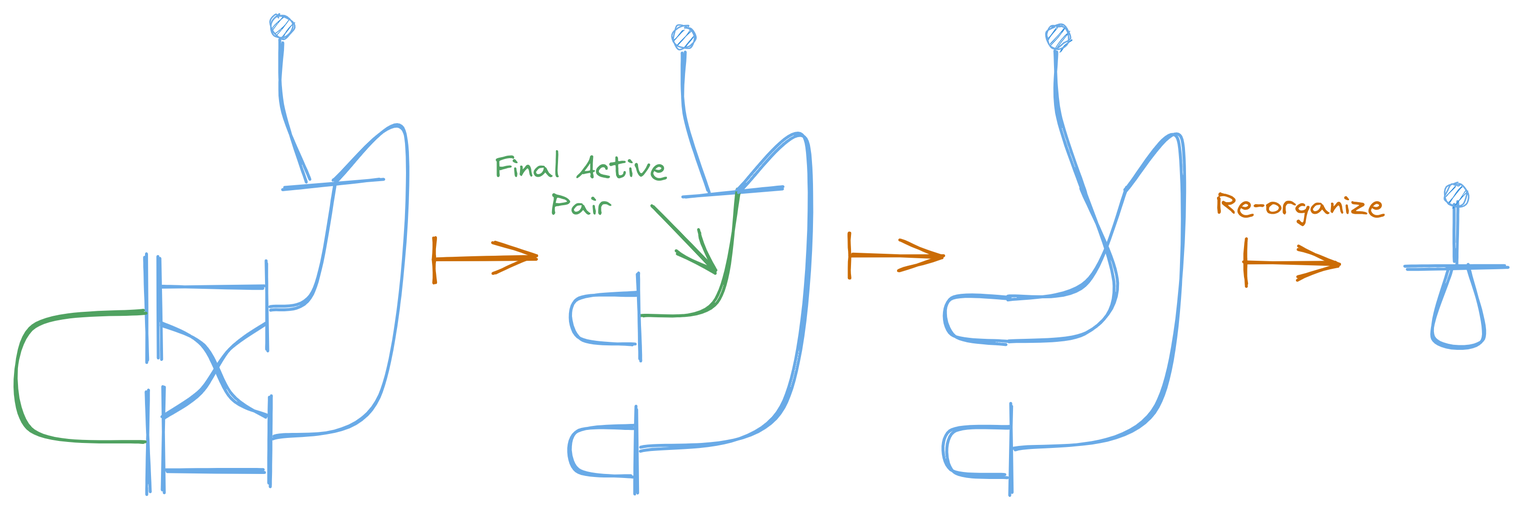
The Excalidraw diagram content/interaction-nets-combinators-calculus/reduction-example3.excalidraw.png in zicklag/blog, before a commit. Source tidied: one line per element, renumbered; positions are measured from the earlier drawing's top-left corner, leaving out a move shared by most shapes.
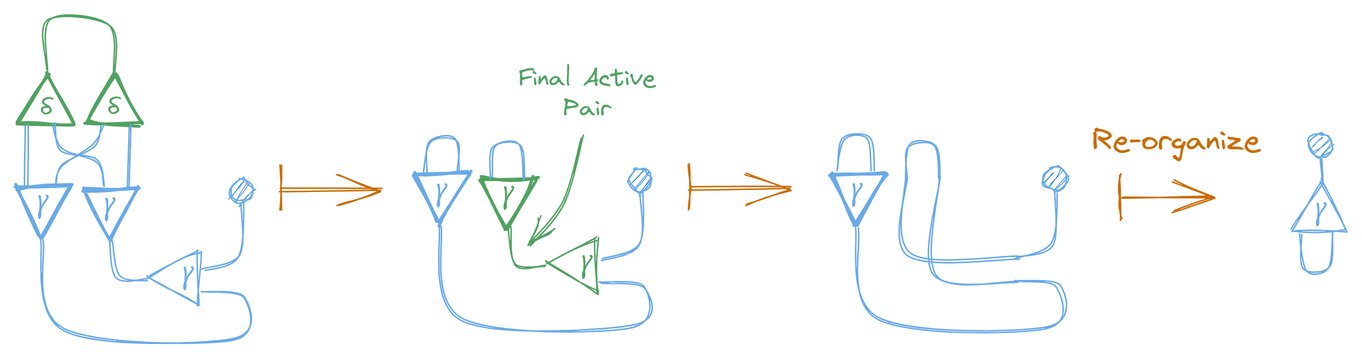
The same file after the commit.

What changed in the source:
```diff
@@ -1,43 +1,51 @@
-{"id": 0, "type": "line", "strokeColor": "#1864ab", "angle": 5.7, "strokeWidth": 2, "roughness": 1, "round": true, "x": 449, "y": 103, "width": 58, "height": 31, "points": [[0, 0], [58, 31]]}
-{"id": 1, "type": "line", "strokeColor": "#2b8a3e", "angle": 5.71, "strokeWidth": 2, "roughness": 1, "round": true, "x": 405, "y": 176, "width": 98, "height": 53, "points": [[0, 0], [45, 18], [98, -35]]}
-{"id": 2, "type": "line", "strokeColor": "#1864ab", "angle": 5.71, "backgroundColor": "#228be6", "fillStyle": "cross-hatch", "strokeWidth": 2, "roughness": 1, "round": true, "x": 376, "y": 241, "width": 203, "height": 138, "points": [[0, 0], [95, 28], [203, -110], [147, -109]]}
-{"id": 3, "type": "ellipse", "strokeColor": "#1864ab", "backgroundColor": "#228be6", "fillStyle": "hachure", "strokeWidth": 1, "roughness": 1, "round": true, "x": 437, "y": 7, "width": 15, "height": 15}
-{"id": 4, "type": "line", "strokeColor": "#1864ab", "backgroundColor": "#228be6", "fillStyle": "cross-hatch", "strokeWidth": 2, "roughness": 1, "round": true, "x": 444, "y": 24, "width": 18, "height": 93, "points": [[0, 0], [1, 42], [18, 93]]}
-{"id": 5, "type": "line", "strokeColor": "#1864ab", "strokeWidth": 2, "roughness": 1, "round": true, "x": 411, "y": 219, "width": 39, "height": 33, "points": [[0, 0], [-36, -4], [-37, -29], [3, -33]]}
-{"id": 6, "type": "line", "strokeColor": "#1864ab", "strokeWidth": 2, "roughness": 1, "round": true, "x": 410, "y": 307, "width": 39, "height": 33, "points": [[0, 0], [-36, -4], [-37, -29], [3, -33]]}
-{"id": 7, "type": "line", "strokeColor": "#1864ab", "angle": 8.11, "strokeWidth": 2, "roughness": 1, "round": true, "x": 387, "y": 209, "width": 57, "height": 15, "points": [[0, 0], [57, -15]]}
-{"id": 8, "type": "line", "strokeColor": "#1864ab", "angle": 8.11, "strokeWidth": 2, "roughness": 1, "round": true, "x": 385, "y": 298, "width": 57, "height": 15, "points": [[0, 0], [57, -15]]}
+{"id": 43, "type": "ellipse", "strokeColor": "#1864ab", "backgroundColor": "#228be6", "fillStyle": "hachure", "strokeWidth": 1, "roughness": 1, "round": true, "x": 214, "y": 514, "width": 15, "height": 15}
+{"id": 44, "type": "arrow", "strokeColor": "#1864ab", "backgroundColor": "#ced4da", "fillStyle": "solid", "strokeWidth": 1, "roughness": 1, "round": true, "from": 43, "to": 46, "x": 222, "y": 530, "width": 26, "height": 44, "points": [[0, 0], [-2, 34], [-26, 44]]}
+{"id": 45, "type": "line", "strokeColor": "#1864ab", "angle": 4.71, "strokeWidth": 1, "roughness": 1, "x": 178, "y": 562, "width": 37, "height": 33, "points": [[0, 0], [-19, 33], [17, 33], [0, 0]]}
+{"id": 46, "type": "text", "text": "γ", "strokeColor": "#1864ab", "backgroundColor": "#ced4da", "fillStyle": "solid", "strokeWidth": 1, "roughness": 1, "fontSize": 16, "fontFamily": 1, "textAlign": "center", "x": 183, "y": 564, "width": 7, "height": 20}
+{"id": 47, "type": "arrow", "strokeColor": "#1864ab", "backgroundColor": "#ced4da", "fillStyle": "solid", "strokeWidth": 1, "roughness": 1, "round": true, "from": 57, "x": 134, "y": 554, "width": 25, "height": 26, "points": [[0, 0], [5, 25], [25, 26]]}
+{"id": 48, "type": "arrow", "strokeColor": "#1864ab", "backgroundColor": "#ced4da", "fillStyle": "solid", "strokeWidth": 1, "roughness": 1, "round": true, "from": 55, "to": 46, "x": 89, "y": 552, "width": 135, "height": 68, "points": [[0, 0], [14, 62], [126, 68], [135, 40], [107, 37]]}
+{"id": 49, "type": "arrow", "strokeColor": "#2b8a3e", "angle": 4.71, "backgroundColor": "#ced4da", "fillStyle": "solid", "strokeWidth": 1, "roughness": 1, "round": true, "from": 51, "to": 53, "x": 95, "y": 401, "width": 34, "height": 45, "points": [[0, 0], [34, 3], [32, 42], [0, 45]]}
+{"id": 50, "type": "line", "strokeColor": "#2b8a3e", "angle": 6.29, "strokeWidth": 2, "roughness": 1, "x": 93, "y": 443, "width": 37, "height": 33, "points": [[0, 0], [-19, 33], [17, 33], [0, 0]]}
+{"id": 51, "type": "text", "text": "δ", "strokeColor": "#2b8a3e", "backgroundColor": "#ced4da", "fillStyle": "solid", "strokeWidth": 2, "roughness": 1, "fontSize": 16, "fontFamily": 1, "textAlign": "center", "x": 87, "y": 455, "width": 9, "height": 20}
+{"id": 52, "type": "line", "strokeColor": "#2b8a3e", "angle": 6.29, "strokeWidth": 2, "roughness": 1, "x": 137, "y": 443, "width": 37, "height": 33, "points": [[0, 0], [-19, 33], [17, 33], [0, 0]]}
+{"id": 53, "type": "text", "text": "δ", "strokeColor": "#2b8a3e", "backgroundColor": "#ced4da", "fillStyle": "solid", "strokeWidth": 2, "roughness": 1, "fontSize": 16, "fontFamily": 1, "textAlign": "center", "x": 132, "y": 455, "width": 9, "height": 20}
+{"id": 54, "type": "line", "strokeColor": "#1864ab", "angle": 3.14, "strokeWidth": 2, "roughness": 1, "x": 92, "y": 518, "width": 37, "height": 33, "points": [[0, 0], [-19, 33], [17, 33], [0, 0]]}
+{"id": 55, "type": "text", "text": "γ", "strokeColor": "#1864ab", "backgroundColor": "#ced4da", "fillStyle": "solid", "strokeWidth": 2, "roughness": 1, "fontSize": 16, "fontFamily": 1, "textAlign": "center", "x": 86, "y": 516, "width": 7, "height": 20}
+{"id": 56, "type": "line", "strokeColor": "#1864ab", "angle": 3.14, "strokeWidth": 2, "roughness": 1, "x": 136, "y": 520, "width": 37, "height": 33, "points": [[0, 0], [-19, 33], [17, 33], [0, 0]]}
+{"id": 57, "type": "text", "text": "γ", "strokeColor": "#1864ab", "backgroundColor": "#ced4da", "fillStyle": "solid", "strokeWidth": 2, "roughness": 1, "fontSize": 16, "fontFamily": 1, "textAlign": "center", "x": 131, "y": 518, "width": 7, "height": 20}
+{"id": 58, "type": "arrow", "strokeColor": "#1864ab", "strokeWidth": 1, "roughness": 1, "round": true, "from": 51, "to": 55, "x": 78, "y": 477, "width": 0, "height": 41, "points": [[0, 0], [0, 41]]}
+{"id": 59, "type": "arrow", "strokeColor": "#1864ab", "strokeWidth": 1, "roughness": 1, "round": true, "from": 53, "to": 57, "x": 147, "y": 478, "width": 0, "height": 41, "points": [[0, 0], [0, 41]]}
+{"id": 60, "type": "arrow", "strokeColor": "#1864ab", "strokeWidth": 1, "roughness": 1, "round": true, "from": 51, "to": 57, "x": 97, "y": 477, "width": 33, "height": 41, "points": [[0, 0], [5, 16], [27, 25], [33, 41]]}
+{"id": 61, "type": "arrow", "strokeColor": "#1864ab", "strokeWidth": 1, "roughness": 1, "round": true, "from": 53, "to": 55, "x": 129, "y": 478, "width": 30, "height": 40, "points": [[0, 0], [-5, 13], [-27, 26], [-30, 40]]}
+{"id": 62, "type": "arrow", "strokeColor": "#e67700", "strokeWidth": 1, "roughness": 1, "startArrowhead": "bar", "endArrowhead": "arrow", "round": true, "x": 248, "y": 520, "width": 68, "height": 0, "points": [[0, 0], [68, 0]]}
+{"id": 63, "type": "ellipse", "strokeColor": "#1864ab", "backgroundColor": "#228be6", "fillStyle": "hachure", "strokeWidth": 1, "roughness": 1, "round": true, "x": 480, "y": 506, "width": 15, "height": 15}
+{"id": 64, "type": "arrow", "strokeColor": "#1864ab", "backgroundColor": "#ced4da", "fillStyle": "solid", "strokeWidth": 1, "roughness": 1, "round": true, "from": 63, "to": 66, "x": 488, "y": 523, "width": 26, "height": 44, "points": [[0, 0], [-2, 34], [-26, 44]]}
+{"id": 65, "type": "line", "strokeColor": "#2b8a3e", "angle": 4.71, "strokeWidth": 1, "roughness": 1, "x": 444, "y": 555, "width": 37, "height": 33, "points": [[0, 0], [-19, 33], [17, 33], [0, 0]]}
+{"id": 66, "type": "text", "text": "γ", "strokeColor": "#2b8a3e", "backgroundColor": "#ced4da", "fillStyle": "solid", "strokeWidth": 1, "roughness": 1, "fontSize": 16, "fontFamily": 1, "textAlign": "center", "x": 449, "y": 557, "width": 7, "height": 20}
+{"id": 67, "type": "arrow", "strokeColor": "#2b8a3e", "backgroundColor": "#ced4da", "fillStyle": "solid", "strokeWidth": 1, "roughness": 1, "round": true, "from": 72, "x": 400, "y": 546, "width": 25, "height": 26, "points": [[0, 0], [5, 25], [25, 26]]}
+{"id": 68, "type": "arrow", "strokeColor": "#1864ab", "backgroundColor": "#ced4da", "fillStyle": "solid", "strokeWidth": 1, "roughness": 1, "round": true, "from": 70, "to": 66, "x": 354, "y": 545, "width": 135, "height": 68, "points": [[0, 0], [14, 62], [126, 68], [135, 40], [107, 37]]}
+{"id": 69, "type": "line", "strokeColor": "#1864ab", "angle": 3.14, "strokeWidth": 2, "roughness": 1, "x": 357, "y": 510, "width": 37, "height": 33, "points": [[0, 0], [-19, 33], [17, 33], [0, 0]]}
+{"id": 70, "type": "text", "text": "γ", "strokeColor": "#1864ab", "backgroundColor": "#ced4da", "fillStyle": "solid", "strokeWidth": 2, "roughness": 1, "fontSize": 16, "fontFamily": 1, "textAlign": "center", "x": 352, "y": 509, "width": 7, "height": 20}
+{"id": 71, "type": "line", "strokeColor": "#2b8a3e", "angle": 3.14, "strokeWidth": 2, "roughness": 1, "x": 402, "y": 512, "width": 37, "height": 33, "points": [[0, 0], [-19, 33], [17, 33], [0, 0]]}
+{"id": 72, "type": "text", "text": "γ", "strokeColor": "#2b8a3e", "backgroundColor": "#ced4da", "fillStyle": "solid", "strokeWidth": 2, "roughness": 1, "fontSize": 16, "fontFamily": 1, "textAlign": "center", "x": 396, "y": 511, "width": 7, "height": 20}
+{"id": 73, "type": "line", "strokeColor": "#1864ab", "angle": 1.57, "strokeWidth": 1, "roughness": 1, "round": true, "x": 367, "y": 507, "width": 22, "height": 22, "points": [[0, 0], [-21, -3], [-21, -20], [0, -22]]}
+{"id": 74, "type": "line", "strokeColor": "#1864ab", "angle": 1.57, "strokeWidth": 1, "roughness": 1, "round": true, "x": 410, "y": 513, "width": 22, "height": 22, "points": [[0, 0], [-21, -3], [-21, -20], [0, -22]]}
-{"id": 9, "type": "text", "text": "Final Active\nPair", "strokeColor": "#2b8a3e", "strokeWidth": 2, "roughness": 1, "fontSize": 20, "fontFamily": 1, "textAlign": "center", "x": 319, "y": 89, "width": 114, "height": 50}
+{"id": 9, "type": "text", "text": "Final Active\nPair", "strokeColor": "#2b8a3e", "strokeWidth": 2, "roughness": 1, "fontSize": 16, "fontFamily": 1, "textAlign": "center", "x": 406, "y": 435, "width": 91, "height": 40}
-{"id": 10, "type": "arrow", "strokeColor": "#2b8a3e", "strokeWidth": 2, "roughness": 1, "endArrowhead": "arrow", "round": true, "x": 423, "y": 127, "width": 42, "height": 45, "points": [[0, 0], [42, 45]]}
-{"id": 11, "type": "arrow", "strokeColor": "#e67700", "strokeWidth": 2, "roughness": 1, "startArrowhead": "bar", "endArrowhead": "arrow", "round": true, "x": 556, "y": 161, "width": 62, "height": 0, "points": [[0, 0], [62, 0]]}
-{"id": 12, "type": "line", "strokeColor": "#1864ab", "angle": 5.71, "strokeWidth": 2, "roughness": 1, "round": true, "x": 653, "y": 159, "width": 105, "height": 39, "points": [[0, 0], [48, 21], [105, -18]]}
-{"id": 13, "type": "line", "strokeColor": "#1864ab", "angle": 5.71, "backgroundColor": "#228be6", "fillStyle": "cross-hatch", "strokeWidth": 2, "roughness": 1, "round": true, "x": 624, "y": 240, "width": 204, "height": 138, "points": [[0, 0], [96, 28], [204, -110], [157, -105]]}
-{"id": 14, "type": "ellipse", "strokeColor": "#1864ab", "backgroundColor": "#228be6", "fillStyle": "hachure", "strokeWidth": 1, "roughness": 1, "round": true, "x": 686, "y": 7, "width": 15, "height": 15}
-{"id": 15, "type": "line", "strokeColor": "#1864ab", "backgroundColor": "#228be6", "fillStyle": "cross-hatch", "strokeWidth": 2, "roughness": 1, "round": true, "x": 693, "y": 24, "width": 18, "height": 93, "points": [[0, 0], [1, 42], [18, 93]]}
-{"id": 16, "type": "line", "strokeColor": "#1864ab", "strokeWidth": 2, "roughness": 1, "round": true, "x": 660, "y": 218, "width": 40, "height": 30, "points": [[0, 0], [-36, -4], [-37, -29], [3, -30]]}
-{"id": 17, "type": "line", "strokeColor": "#1864ab", "strokeWidth": 2, "roughness": 1, "round": true, "x": 660, "y": 307, "width": 39, "height": 33, "points": [[0, 0], [-36, -4], [-37, -29], [3, -33]]}
-{"id": 18, "type": "line", "strokeColor": "#1864ab", "angle": 8.11, "strokeWidth": 2, "roughness": 1, "round": true, "x": 634, "y": 297, "width": 57, "height": 15, "points": [[0, 0], [57, -15]]}
-{"id": 19, "type": "line", "strokeColor": "#1864ab", "strokeWidth": 2, "roughness": 1, "round": true, "x": 711, "y": 115, "width": 71, "height": 104, "points": [[0, 0], [22, 65], [3, 98], [-50, 104]]}
-{"id": 20, "type": "arrow", "strokeColor": "#e67700", "strokeWidth": 2, "roughness": 1, "startArrowhead": "bar", "endArrowhead": "arrow", "round": true, "x": 819, "y": 164, "width": 61, "height": 0, "points": [[0, 0], [61, 0]]}
+{"id": 75, "type": "arrow", "strokeColor": "#2b8a3e", "strokeWidth": 1, "roughness": 1, "endArrowhead": "arrow", "round": true, "from": 9, "x": 450, "y": 485, "width": 36, "height": 72, "points": [[0, 0], [-13, 43], [-36, 72]]}
+{"id": 76, "type": "arrow", "strokeColor": "#e67700", "strokeWidth": 1, "roughness": 1, "startArrowhead": "bar", "endArrowhead": "arrow", "round": true, "x": 520, "y": 519, "width": 68, "height": 0, "points": [[0, 0], [68, 0]]}
+{"id": 77, "type": "ellipse", "strokeColor": "#1864ab", "backgroundColor": "#228be6", "fillStyle": "hachure", "strokeWidth": 1, "roughness": 1, "round": true, "x": 757, "y": 506, "width": 15, "height": 15}
+{"id": 78, "type": "arrow", "strokeColor": "#1864ab", "backgroundColor": "#ced4da", "fillStyle": "solid", "strokeWidth": 1, "roughness": 1, "round": true, "from": 77, "x": 765, "y": 522, "width": 26, "height": 44, "points": [[0, 0], [-2, 34], [-26, 44]]}
+{"id": 79, "type": "arrow", "strokeColor": "#1864ab", "backgroundColor": "#ced4da", "fillStyle": "solid", "strokeWidth": 1, "roughness": 1, "round": true, "from": 81, "x": 631, "y": 544, "width": 135, "height": 68, "points": [[0, 0], [14, 62], [126, 68], [135, 40], [107, 37]]}
+{"id": 80, "type": "line", "strokeColor": "#1864ab", "angle": 3.14, "strokeWidth": 2, "roughness": 1, "x": 634, "y": 510, "width": 37, "height": 33, "points": [[0, 0], [-19, 33], [17, 33], [0, 0]]}
+{"id": 81, "type": "text", "text": "γ", "strokeColor": "#1864ab", "backgroundColor": "#ced4da", "fillStyle": "solid", "strokeWidth": 2, "roughness": 1, "fontSize": 16, "fontFamily": 1, "textAlign": "center", "x": 629, "y": 508, "width": 7, "height": 20}
+{"id": 82, "type": "line", "strokeColor": "#1864ab", "angle": 1.57, "strokeWidth": 1, "roughness": 1, "round": true, "x": 643, "y": 507, "width": 22, "height": 22, "points": [[0, 0], [-21, -3], [-21, -20], [0, -22]]}
+{"id": 83, "type": "line", "strokeColor": "#1864ab", "angle": 1.57, "strokeWidth": 1, "roughness": 1, "round": true, "x": 687, "y": 512, "width": 22, "height": 22, "points": [[0, 0], [-21, -3], [-21, -20], [0, -22]]}
+{"id": 84, "type": "arrow", "strokeColor": "#1864ab", "strokeWidth": 1, "roughness": 1, "round": true, "x": 738, "y": 582, "width": 55, "height": 69, "points": [[0, 0], [-55, -4], [-51, -69]]}
+{"id": 85, "type": "arrow", "strokeColor": "#1864ab", "strokeWidth": 1, "roughness": 1, "round": true, "x": 665, "y": 512, "width": 76, "height": 54, "points": [[0, 0], [2, 52], [76, 54]]}
+{"id": 86, "type": "arrow", "strokeColor": "#e67700", "strokeWidth": 1, "roughness": 1, "startArrowhead": "bar", "endArrowhead": "arrow", "round": true, "x": 808, "y": 526, "width": 61, "height": 0, "points": [[0, 0], [61, 0]]}
-{"id": 21, "type": "text", "text": "Re-organize", "strokeColor": "#e67700", "strokeWidth": 2, "roughness": 1, "fontSize": 20, "fontFamily": 1, "textAlign": "center", "x": 800, "y": 113, "width": 112, "height": 25}
+{"id": 21, "type": "text", "text": "Re-organize", "strokeColor": "#e67700", "strokeWidth": 1, "roughness": 1, "fontSize": 20, "fontFamily": 1, "textAlign": "center", "x": 789, "y": 474, "width": 112, "height": 25}
-{"id": 22, "type": "line", "strokeColor": "#1864ab", "angle": 6.27, "strokeWidth": 2, "roughness": 1, "round": true, "x": 926, "y": 168, "width": 66, "height": 0, "points": [[0, 0], [66, 0]]}
-{"id": 23, "type": "line", "strokeColor": "#1864ab", "angle": 6.27, "strokeWidth": 2, "roughness": 1, "round": true, "x": 959, "y": 165, "width": 0, "height": 39, "points": [[0, 0], [0, -39]]}
-{"id": 24, "type": "line", "strokeColor": "#1864ab", "angle": 6.27, "strokeWidth": 2, "roughness": 1, "round": true, "x": 956, "y": 168, "width": 34, "height": 49, "points": [[0, 0], [-12, 46], [22, 48], [11, -1]]}
-{"id": 25, "type": "ellipse", "strokeColor": "#1864ab", "backgroundColor": "#228be6", "fillStyle": "hachure", "strokeWidth": 1, "roughness": 1, "round": true, "x": 952, "y": 112, "width": 15, "height": 15}
-{"id": 26, "type": "line", "strokeColor": "#1864ab", "angle": 4.7, "strokeWidth": 2, "roughness": 1, "round": true, "x": 52, "y": 195, "width": 69, "height": 0, "points": [[0, 0], [69, 0]]}
-{"id": 27, "type": "line", "strokeColor": "#1864ab", "angle": 4.7, "strokeWidth": 2, "roughness": 1, "round": true, "x": 61, "y": 195, "width": 69, "height": 0, "points": [[0, 0], [69, 0]]}
-{"id": 28, "type": "line", "strokeColor": "#1864ab", "angle": 4.7, "strokeWidth": 2, "roughness": 1, "round": true, "x": 53, "y": 284, "width": 69, "height": 0, "points": [[0, 0], [69, 0]]}
-{"id": 29, "type": "line", "strokeColor": "#1864ab", "angle": 4.7, "strokeWidth": 2, "roughness": 1, "round": true, "x": 63, "y": 284, "width": 69, "height": 0, "points": [[0, 0], [69, 0]]}
-{"id": 30, "type": "line", "strokeColor": "#1864ab", "angle": 5.7, "strokeWidth": 2, "roughness": 1, "round": true, "x": 181, "y": 96, "width": 58, "height": 31, "points": [[0, 0], [58, 31]]}
-{"id": 31, "type": "line", "strokeColor": "#1864ab", "angle": 5.71, "backgroundColor": "#228be6", "fillStyle": "cross-hatch", "strokeWidth": 2, "roughness": 1, "round": true, "x": 151, "y": 176, "width": 83, "height": 53, "points": [[0, 0], [30, 7], [83, -47]]}
-{"id": 32, "type": "line", "strokeColor": "#1864ab", "angle": 5.71, "backgroundColor": "#228be6", "fillStyle": "cross-hatch", "strokeWidth": 2, "roughness": 1, "round": true, "x": 126, "y": 241, "width": 183, "height": 138, "points": [[0, 0], [75, 15], [183, -122], [128, -121]]}
-{"id": 33, "type": "ellipse", "strokeColor": "#1864ab", "backgroundColor": "#228be6", "fillStyle": "hachure", "strokeWidth": 1, "roughness": 1, "round": true, "x": 169, "y": 0, "width": 15, "height": 15}
-{"id": 34, "type": "line", "strokeColor": "#1864ab", "backgroundColor": "#228be6", "fillStyle": "cross-hatch", "strokeWidth": 2, "roughness": 1, "round": true, "x": 176, "y": 17, "width": 18, "height": 93, "points": [[0, 0], [1, 42], [18, 93]]}
-{"id": 35, "type": "line", "strokeColor": "#1864ab", "angle": 8.11, "strokeWidth": 2, "roughness": 1, "round": true, "x": 139, "y": 201, "width": 57, "height": 15, "points": [[0, 0], [57, -15]]}
-{"id": 36, "type": "line", "strokeColor": "#1864ab", "angle": 8.11, "strokeWidth": 2, "roughness": 1, "round": true, "x": 140, "y": 292, "width": 57, "height": 15, "points": [[0, 0], [57, -15]]}
-{"id": 37, "type": "line", "strokeColor": "#2b8a3e", "angle": 8.11, "strokeWidth": 2, "roughness": 1, "round": true, "x": 0, "y": 212, "width": 94, "height": 92, "points": [[0, 0], [29, 70], [94, 55], [82, -22]]}
-{"id": 38, "type": "line", "strokeColor": "#1864ab", "strokeWidth": 2, "roughness": 1, "round": true, "x": 96, "y": 180, "width": 69, "height": 0, "points": [[0, 0], [69, 0]]}
-{"id": 39, "type": "line", "strokeColor": "#1864ab", "strokeWidth": 2, "roughness": 1, "round": true, "x": 99, "y": 304, "width": 66, "height": 0, "points": [[0, 0], [66, 0]]}
-{"id": 40, "type": "line", "strokeColor": "#1864ab", "strokeWidth": 2, "roughness": 1, "round": true, "x": 98, "y": 268, "width": 67, "height": 62, "points": [[0, 0], [24, -18], [43, -45], [67, -62]]}
-{"id": 41, "type": "line", "strokeColor": "#1864ab", "angle": 1.31, "strokeWidth": 2, "roughness": 1, "round": true, "x": 94, "y": 263, "width": 78, "height": 52, "points": [[0, 0], [20, -24], [58, -33], [78, -52]]}
-{"id": 42, "type": "arrow", "strokeColor": "#e67700", "strokeWidth": 2, "roughness": 1, "startArrowhead": "bar", "endArrowhead": "arrow", "round": true, "x": 278, "y": 162, "width": 68, "height": 0, "points": [[0, 0], [68, 0]]}
+{"id": 87, "type": "ellipse", "strokeColor": "#1864ab", "backgroundColor": "#228be6", "fillStyle": "hachure", "strokeWidth": 1, "roughness": 1, "round": true, "x": 933, "y": 483, "width": 15, "height": 15}
+{"id": 88, "type": "line", "strokeColor": "#1864ab", "angle": 6.29, "strokeWidth": 1, "roughness": 1, "x": 941, "y": 515, "width": 37, "height": 33, "points": [[0, 0], [-19, 33], [17, 33], [0, 0]]}
+{"id": 89, "type": "text", "text": "γ", "strokeColor": "#1864ab", "backgroundColor": "#ced4da", "fillStyle": "solid", "strokeWidth": 1, "roughness": 1, "fontSize": 16, "fontFamily": 1, "textAlign": "center", "x": 938, "y": 522, "width": 7, "height": 20}
+{"id": 90, "type": "arrow", "strokeColor": "#1864ab", "backgroundColor": "#ced4da", "fillStyle": "solid", "strokeWidth": 1, "roughness": 1, "round": true, "from": 87, "to": 89, "x": 941, "y": 500, "width": 0, "height": 16, "points": [[0, 0], [0, 16]]}
+{"id": 91, "type": "arrow", "strokeColor": "#1864ab", "backgroundColor": "#ced4da", "fillStyle": "solid", "strokeWidth": 1, "roughness": 1, "round": true, "from": 89, "to": 89, "x": 928, "y": 549, "width": 21, "height": 24, "points": [[0, 0], [2, 24], [19, 24], [21, 0]]}
```
